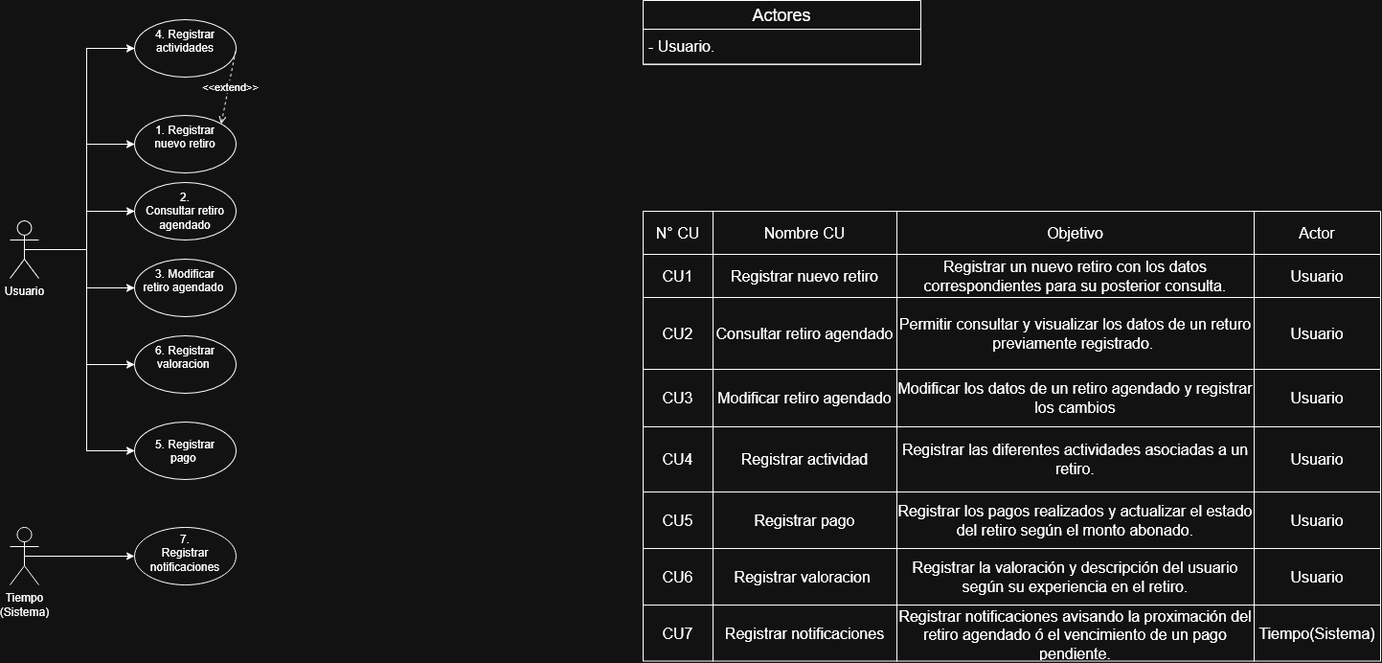
Above: Entrega 3/Diagrama CU-TPI.drawio.png in agustinborg-66/TPI-ASI---2026 (draw.io), before the change. Source tidied: cells renumbered, new cells last; positions are measured from the earlier drawing's top-left corner, leaving out a move shared by most shapes.
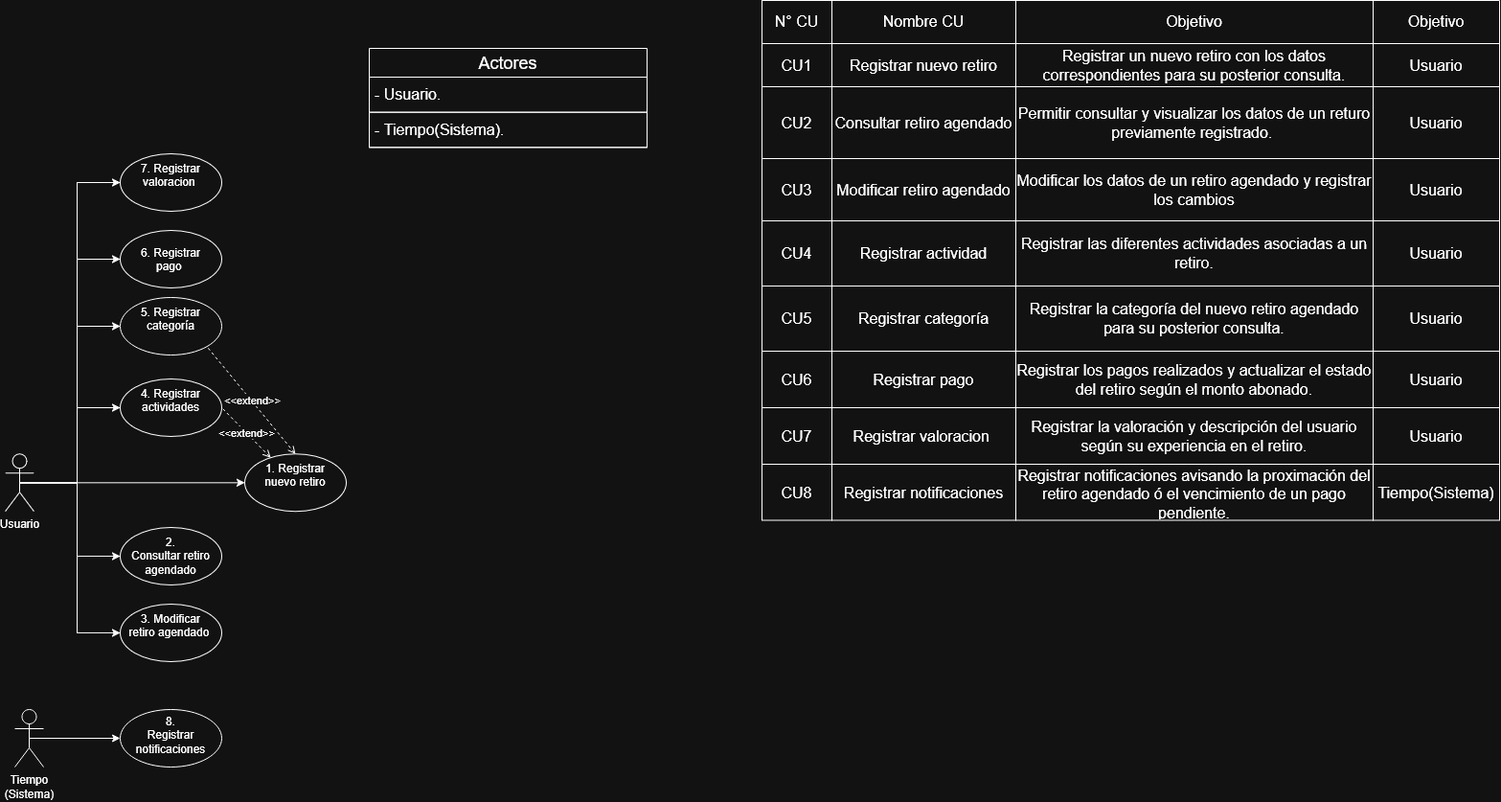
Above is the later version.

Commit message:
Se agregaron imagenes a la entrega 2, se modifico el diagrama de CU y se agregó el doc de la entrega 3

What changed in the source:
```diff
@@ -3,11 +3,8 @@
     <mxCell id="0" />
     <mxCell id="1" parent="0" />
     <mxCell id="2" value="1. Registrar nuevo retiro" style="ellipse;whiteSpace=wrap;html=1;shapeInside=1;" parent="1" vertex="1">
-      <mxGeometry x="130" y="120" width="106" height="60" as="geometry" />
+      <mxGeometry x="250" y="583.3" width="106" height="60" as="geometry" />
     </mxCell>
-    <mxCell id="3" style="edgeStyle=orthogonalEdgeStyle;rounded=0;jettySize=auto;html=1;exitX=0.5;exitY=0.5;exitDx=0;exitDy=0;exitPerimeter=0;entryX=0;entryY=0.5;entryDx=0;entryDy=0;" parent="1" edge="1" source="9" target="2">
-      <mxGeometry relative="1" as="geometry" />
-    </mxCell>
     <mxCell id="4" style="edgeStyle=orthogonalEdgeStyle;rounded=0;jettySize=auto;html=1;exitX=0.5;exitY=0.5;exitDx=0;exitDy=0;exitPerimeter=0;entryX=0;entryY=0.5;entryDx=0;entryDy=0;" parent="1" edge="1" source="9" target="10">
       <mxGeometry relative="1" as="geometry" />
     </mxCell>
@@ -23,32 +20,38 @@
     <mxCell id="8" style="edgeStyle=orthogonalEdgeStyle;rounded=0;jettySize=auto;html=1;exitX=0.5;exitY=0.5;exitDx=0;exitDy=0;exitPerimeter=0;entryX=0;entryY=0.5;entryDx=0;entryDy=0;" parent="1" edge="1" source="9" target="14">
       <mxGeometry relative="1" as="geometry" />
     </mxCell>
+    <mxCell id="64" style="edgeStyle=orthogonalEdgeStyle;rounded=0;jettySize=auto;html=1;exitX=0.5;exitY=0.5;exitDx=0;exitDy=0;exitPerimeter=0;entryX=0;entryY=0.5;entryDx=0;entryDy=0;" parent="1" edge="1" source="9" target="71">
+      <mxGeometry relative="1" as="geometry" />
+    </mxCell>
+    <mxCell id="3" style="edgeStyle=orthogonalEdgeStyle;rounded=0;jettySize=auto;html=1;exitX=0.5;exitY=0.5;exitDx=0;exitDy=0;exitPerimeter=0;entryX=0;entryY=0.5;entryDx=0;entryDy=0;" parent="1" edge="1" source="9" target="2">
+      <mxGeometry relative="1" as="geometry" />
+    </mxCell>
     <mxCell id="9" value="Usuario" style="shape=umlActor;verticalLabelPosition=bottom;verticalAlign=top;html=1;outlineConnect=0;" parent="1" vertex="1">
-      <mxGeometry y="230" width="30" height="60" as="geometry" />
+      <mxGeometry y="583.3" width="30" height="60" as="geometry" />
     </mxCell>
     <mxCell id="10" value="2. Consultar retiro agendado" style="ellipse;whiteSpace=wrap;html=1;shapeInside=1;" parent="1" vertex="1">
-      <mxGeometry x="130" y="190" width="106" height="60" as="geometry" />
+      <mxGeometry x="120" y="660" width="106" height="60" as="geometry" />
     </mxCell>
     <mxCell id="11" value="3. Modificar retiro agendado&amp;nbsp;" style="ellipse;whiteSpace=wrap;html=1;shapeInside=1;" parent="1" vertex="1">
-      <mxGeometry x="130" y="270" width="106" height="60" as="geometry" />
+      <mxGeometry x="120" y="740" width="106" height="60" as="geometry" />
     </mxCell>
     <mxCell id="12" value="4. Registrar actividades" style="ellipse;whiteSpace=wrap;html=1;shapeInside=1;" parent="1" vertex="1">
-      <mxGeometry x="130" y="20" width="106" height="60" as="geometry" />
+      <mxGeometry x="120" y="505" width="106" height="60" as="geometry" />
     </mxCell>
-    <mxCell id="13" value="5. Registrar pago&amp;nbsp;" style="ellipse;whiteSpace=wrap;html=1;shapeInside=1;" parent="1" vertex="1">
-      <mxGeometry x="130" y="440" width="106" height="60" as="geometry" />
+    <mxCell id="13" value="6. Registrar pago&amp;nbsp;" style="ellipse;whiteSpace=wrap;html=1;shapeInside=1;" parent="1" vertex="1">
+      <mxGeometry x="120" y="350" width="106" height="60" as="geometry" />
     </mxCell>
-    <mxCell id="14" value="6. Registrar valoracion&amp;nbsp;" style="ellipse;whiteSpace=wrap;html=1;shapeInside=1;" parent="1" vertex="1">
-      <mxGeometry x="130" y="350" width="106" height="60" as="geometry" />
+    <mxCell id="14" value="7. Registrar valoracion&amp;nbsp;" style="ellipse;whiteSpace=wrap;html=1;shapeInside=1;" parent="1" vertex="1">
+      <mxGeometry x="120" y="270" width="106" height="60" as="geometry" />
     </mxCell>
-    <mxCell id="15" style="endArrow=none;dashed=1;html=1;rounded=0;exitX=1;exitY=0;exitDx=0;exitDy=0;entryX=1;entryY=0.5;entryDx=0;entryDy=0;startArrow=open;startFill=0;" parent="1" edge="1" source="2" target="12">
+    <mxCell id="15" style="endArrow=none;dashed=1;html=1;rounded=0;entryX=1;entryY=0.5;entryDx=0;entryDy=0;startArrow=open;startFill=0;" parent="1" edge="1" source="2" target="12">
       <mxGeometry relative="1" as="geometry" />
     </mxCell>
     <mxCell id="16" value="&amp;lt;&amp;lt;extend&amp;gt;&amp;gt;" style="edgeLabel;html=1;align=center;verticalAlign=middle;" parent="15" vertex="1">
       <mxGeometry y="-1" relative="1" as="geometry" />
     </mxCell>
     <mxCell id="17" style="shape=table;startSize=0;fixedHeader=1;fontSize=16;" parent="1" vertex="1">
-      <mxGeometry x="661" y="220" width="770" height="469.5" as="geometry" />
+      <mxGeometry x="790" y="110" width="770" height="542.5" as="geometry" />
     </mxCell>
     <mxCell id="18" style="shape=tableRow;horizontal=0;startSize=0;swimlaneHead=0;swimlaneBody=0;strokeColor=inherit;top=0;left=0;bottom=0;right=0;fillColor=none;fixedHeader=1;fontSize=16;" parent="17" vertex="1">
       <mxGeometry width="770" height="45" as="geometry" />
@@ -62,7 +65,7 @@
     <mxCell id="21" value="Objetivo" style="shape=partialRectangle;html=1;whiteSpace=wrap;strokeColor=inherit;overflow=hidden;fillColor=none;top=0;left=0;bottom=0;right=0;fontSize=16;" parent="18" vertex="1">
       <mxGeometry x="265" width="373" height="45" as="geometry" />
     </mxCell>
-    <mxCell id="22" value="Actor" style="shape=partialRectangle;html=1;whiteSpace=wrap;strokeColor=inherit;overflow=hidden;fillColor=none;top=0;left=0;bottom=0;right=0;fontSize=16;" parent="18" vertex="1">
+    <mxCell id="22" value="Objetivo" style="shape=partialRectangle;html=1;whiteSpace=wrap;strokeColor=inherit;overflow=hidden;fillColor=none;top=0;left=0;bottom=0;right=0;fontSize=16;" parent="18" vertex="1">
       <mxGeometry x="638" width="132" height="45" as="geometry" />
     </mxCell>
     <mxCell id="23" style="shape=tableRow;horizontal=0;startSize=0;swimlaneHead=0;swimlaneBody=0;strokeColor=inherit;top=0;left=0;bottom=0;right=0;fillColor=none;fixedHeader=1;fontSize=16;" parent="17" vertex="1">
@@ -96,22 +99,22 @@
       <mxGeometry x="638" width="132" height="75" as="geometry" />
     </mxCell>
     <mxCell id="33" style="shape=tableRow;horizontal=0;startSize=0;swimlaneHead=0;swimlaneBody=0;strokeColor=inherit;top=0;left=0;bottom=0;right=0;fillColor=none;fixedHeader=1;fontSize=16;" parent="17" vertex="1">
-      <mxGeometry y="165" width="770" height="60" as="geometry" />
+      <mxGeometry y="165" width="770" height="65" as="geometry" />
     </mxCell>
     <mxCell id="34" value="CU3" style="shape=partialRectangle;html=1;whiteSpace=wrap;strokeColor=inherit;overflow=hidden;fillColor=none;top=0;left=0;bottom=0;right=0;fontSize=16;" parent="33" vertex="1">
-      <mxGeometry width="73" height="60" as="geometry" />
+      <mxGeometry width="73" height="65" as="geometry" />
     </mxCell>
     <mxCell id="35" value="Modificar retiro agendado" style="shape=partialRectangle;html=1;whiteSpace=wrap;strokeColor=inherit;overflow=hidden;fillColor=none;top=0;left=0;bottom=0;right=0;fontSize=16;" parent="33" vertex="1">
-      <mxGeometry x="73" width="192" height="60" as="geometry" />
+      <mxGeometry x="73" width="192" height="65" as="geometry" />
     </mxCell>
     <mxCell id="36" value="Modificar los datos de un retiro agendado y registrar los cambios" style="shape=partialRectangle;html=1;whiteSpace=wrap;strokeColor=inherit;overflow=hidden;fillColor=none;top=0;left=0;bottom=0;right=0;fontSize=16;" parent="33" vertex="1">
-      <mxGeometry x="265" width="373" height="60" as="geometry" />
+      <mxGeometry x="265" width="373" height="65" as="geometry" />
     </mxCell>
     <mxCell id="37" value="&lt;font style=&quot;font-size: 16px;&quot;&gt;Usuario&lt;/font&gt;" style="shape=partialRectangle;html=1;whiteSpace=wrap;strokeColor=inherit;overflow=hidden;fillColor=none;top=0;left=0;bottom=0;right=0;fontSize=16;" parent="33" vertex="1">
-      <mxGeometry x="638" width="132" height="60" as="geometry" />
+      <mxGeometry x="638" width="132" height="65" as="geometry" />
     </mxCell>
     <mxCell id="38" style="shape=tableRow;horizontal=0;startSize=0;swimlaneHead=0;swimlaneBody=0;strokeColor=inherit;top=0;left=0;bottom=0;right=0;fillColor=none;fixedHeader=1;fontSize=16;" parent="17" vertex="1">
-      <mxGeometry y="225" width="770" height="68" as="geometry" />
+      <mxGeometry y="230" width="770" height="68" as="geometry" />
     </mxCell>
     <mxCell id="39" value="CU4" style="shape=partialRectangle;html=1;whiteSpace=wrap;strokeColor=inherit;overflow=hidden;fillColor=none;top=0;left=0;bottom=0;right=0;fontSize=16;" parent="38" vertex="1">
       <mxGeometry width="73" height="68" as="geometry" />
@@ -125,10 +128,25 @@
     <mxCell id="42" value="&lt;font style=&quot;font-size: 16px;&quot;&gt;Usuario&lt;/font&gt;" style="shape=partialRectangle;html=1;whiteSpace=wrap;strokeColor=inherit;overflow=hidden;fillColor=none;top=0;left=0;bottom=0;right=0;fontSize=16;" parent="38" vertex="1">
       <mxGeometry x="638" width="132" height="68" as="geometry" />
     </mxCell>
+    <mxCell id="65" style="shape=tableRow;horizontal=0;startSize=0;swimlaneHead=0;swimlaneBody=0;strokeColor=inherit;top=0;left=0;bottom=0;right=0;fillColor=none;fixedHeader=1;fontSize=16;" parent="17" vertex="1">
+      <mxGeometry y="298" width="770" height="68" as="geometry" />
+    </mxCell>
+    <mxCell id="66" value="CU5" style="shape=partialRectangle;html=1;whiteSpace=wrap;strokeColor=inherit;overflow=hidden;fillColor=none;top=0;left=0;bottom=0;right=0;fontSize=16;" parent="65" vertex="1">
+      <mxGeometry width="73" height="68" as="geometry" />
+    </mxCell>
+    <mxCell id="67" value="Registrar categoría" style="shape=partialRectangle;html=1;whiteSpace=wrap;strokeColor=inherit;overflow=hidden;fillColor=none;top=0;left=0;bottom=0;right=0;fontSize=16;" parent="65" vertex="1">
+      <mxGeometry x="73" width="192" height="68" as="geometry" />
+    </mxCell>
+    <mxCell id="68" value="Registrar la categoría del nuevo retiro agendado para su posterior consulta." style="shape=partialRectangle;html=1;whiteSpace=wrap;strokeColor=inherit;overflow=hidden;fillColor=none;top=0;left=0;bottom=0;right=0;fontSize=16;" parent="65" vertex="1">
+      <mxGeometry x="265" width="373" height="68" as="geometry" />
+    </mxCell>
+    <mxCell id="69" value="&lt;font style=&quot;font-size: 16px;&quot;&gt;Usuario&lt;/font&gt;" style="shape=partialRectangle;html=1;whiteSpace=wrap;strokeColor=inherit;overflow=hidden;fillColor=none;top=0;left=0;bottom=0;right=0;fontSize=16;" parent="65" vertex="1">
+      <mxGeometry x="638" width="132" height="68" as="geometry" />
+    </mxCell>
     <mxCell id="43" style="shape=tableRow;horizontal=0;startSize=0;swimlaneHead=0;swimlaneBody=0;strokeColor=inherit;top=0;left=0;bottom=0;right=0;fillColor=none;fixedHeader=1;fontSize=16;" parent="17" vertex="1">
-      <mxGeometry y="293" width="770" height="59" as="geometry" />
+      <mxGeometry y="366" width="770" height="59" as="geometry" />
     </mxCell>
-    <mxCell id="44" value="CU5" style="shape=partialRectangle;html=1;whiteSpace=wrap;strokeColor=inherit;overflow=hidden;fillColor=none;top=0;left=0;bottom=0;right=0;fontSize=16;" parent="43" vertex="1">
+    <mxCell id="44" value="CU6" style="shape=partialRectangle;html=1;whiteSpace=wrap;strokeColor=inherit;overflow=hidden;fillColor=none;top=0;left=0;bottom=0;right=0;fontSize=16;" parent="43" vertex="1">
       <mxGeometry width="73" height="59" as="geometry" />
     </mxCell>
     <mxCell id="45" value="Registrar pago" style="shape=partialRectangle;html=1;whiteSpace=wrap;strokeColor=inherit;overflow=hidden;fillColor=none;top=0;left=0;bottom=0;right=0;fontSize=16;" parent="43" vertex="1">
@@ -141,9 +159,9 @@
       <mxGeometry x="638" width="132" height="59" as="geometry" />
     </mxCell>
     <mxCell id="48" style="shape=tableRow;horizontal=0;startSize=0;swimlaneHead=0;swimlaneBody=0;strokeColor=inherit;top=0;left=0;bottom=0;right=0;fillColor=none;fixedHeader=1;fontSize=16;" parent="17" vertex="1">
-      <mxGeometry y="352" width="770" height="59" as="geometry" />
+      <mxGeometry y="425" width="770" height="59" as="geometry" />
     </mxCell>
-    <mxCell id="49" value="CU6" style="shape=partialRectangle;html=1;whiteSpace=wrap;strokeColor=inherit;overflow=hidden;fillColor=none;top=0;left=0;bottom=0;right=0;fontSize=16;" parent="48" vertex="1">
+    <mxCell id="49" value="CU7" style="shape=partialRectangle;html=1;whiteSpace=wrap;strokeColor=inherit;overflow=hidden;fillColor=none;top=0;left=0;bottom=0;right=0;fontSize=16;" parent="48" vertex="1">
       <mxGeometry width="73" height="59" as="geometry" />
     </mxCell>
     <mxCell id="50" value="Registrar valoracion&amp;nbsp;" style="shape=partialRectangle;html=1;whiteSpace=wrap;strokeColor=inherit;overflow=hidden;fillColor=none;top=0;left=0;bottom=0;right=0;fontSize=16;" parent="48" vertex="1">
@@ -156,9 +174,9 @@
       <mxGeometry x="638" width="132" height="59" as="geometry" />
     </mxCell>
     <mxCell id="53" style="shape=tableRow;horizontal=0;startSize=0;swimlaneHead=0;swimlaneBody=0;strokeColor=inherit;top=0;left=0;bottom=0;right=0;fillColor=none;fixedHeader=1;fontSize=16;" parent="17" vertex="1">
-      <mxGeometry y="411" width="770" height="59" as="geometry" />
+      <mxGeometry y="484" width="770" height="59" as="geometry" />
     </mxCell>
-    <mxCell id="54" value="CU7" style="shape=partialRectangle;html=1;whiteSpace=wrap;strokeColor=inherit;overflow=hidden;fillColor=none;top=0;left=0;bottom=0;right=0;fontSize=16;" parent="53" vertex="1">
+    <mxCell id="54" value="CU8" style="shape=partialRectangle;html=1;whiteSpace=wrap;strokeColor=inherit;overflow=hidden;fillColor=none;top=0;left=0;bottom=0;right=0;fontSize=16;" parent="53" vertex="1">
       <mxGeometry width="73" height="59" as="geometry" />
     </mxCell>
     <mxCell id="55" value="Registrar notificaciones" style="shape=partialRectangle;html=1;whiteSpace=wrap;strokeColor=inherit;overflow=hidden;fillColor=none;top=0;left=0;bottom=0;right=0;fontSize=16;" parent="53" vertex="1">
@@ -171,22 +189,34 @@
       <mxGeometry x="638" width="132" height="59" as="geometry" />
     </mxCell>
     <mxCell id="58" style="group;" parent="1" vertex="1">
-      <mxGeometry x="661" width="290" height="220" as="geometry" />
+      <mxGeometry x="380" y="160" width="290" height="220" as="geometry" />
     </mxCell>
     <mxCell id="59" value="&lt;font style=&quot;font-size: 18px;&quot;&gt;Actores&lt;/font&gt;" style="swimlane;fontStyle=0;horizontal=1;startSize=30;whiteSpace=wrap;html=1;" parent="58" vertex="1">
-      <mxGeometry width="290" height="66.7" as="geometry" />
+      <mxGeometry width="290" height="103.3" as="geometry" />
     </mxCell>
     <mxCell id="60" value="&lt;font style=&quot;font-size: 16px;&quot;&gt;- Usuario.&lt;/font&gt;" style="text;strokeColor=default;fillColor=none;align=left;verticalAlign=middle;spacingLeft=4;spacingRight=4;overflow=hidden;whiteSpace=wrap;html=1;" parent="59" vertex="1">
       <mxGeometry y="30" width="290" height="36.7" as="geometry" />
     </mxCell>
+    <mxCell id="70" value="&lt;font style=&quot;font-size: 16px;&quot;&gt;- Tiempo(Sistema).&lt;/font&gt;" style="text;strokeColor=default;fillColor=none;align=left;verticalAlign=middle;spacingLeft=4;spacingRight=4;overflow=hidden;whiteSpace=wrap;html=1;" parent="59" vertex="1">
+      <mxGeometry y="66.7" width="290" height="36.7" as="geometry" />
+    </mxCell>
-    <mxCell id="61" value="7. Registrar notificaciones" style="ellipse;whiteSpace=wrap;html=1;shapeInside=1;" parent="1" vertex="1">
-      <mxGeometry x="130" y="550" width="106" height="60" as="geometry" />
+    <mxCell id="61" value="8. Registrar notificaciones" style="ellipse;whiteSpace=wrap;html=1;shapeInside=1;" parent="1" vertex="1">
+      <mxGeometry x="120" y="850" width="106" height="60" as="geometry" />
     </mxCell>
     <mxCell id="62" style="edgeStyle=orthogonalEdgeStyle;rounded=0;jettySize=auto;html=1;exitX=0.5;exitY=0.5;exitDx=0;exitDy=0;exitPerimeter=0;entryX=0;entryY=0.5;entryDx=0;entryDy=0;" parent="1" edge="1" source="63" target="61">
       <mxGeometry relative="1" as="geometry" />
     </mxCell>
     <mxCell id="63" value="Tiempo&lt;br&gt;(Sistema)" style="shape=umlActor;verticalLabelPosition=bottom;verticalAlign=top;html=1;outlineConnect=0;" parent="1" vertex="1">
-      <mxGeometry y="550" width="30" height="60" as="geometry" />
+      <mxGeometry x="10" y="850" width="30" height="60" as="geometry" />
     </mxCell>
+    <mxCell id="71" value="5. Registrar categoría" style="ellipse;whiteSpace=wrap;html=1;shapeInside=1;" parent="1" vertex="1">
+      <mxGeometry x="120" y="420" width="106" height="60" as="geometry" />
+    </mxCell>
+    <mxCell id="72" style="endArrow=none;dashed=1;html=1;rounded=0;exitX=0.5;exitY=0;exitDx=0;exitDy=0;entryX=1;entryY=1;entryDx=0;entryDy=0;startArrow=open;startFill=0;" parent="1" edge="1" source="2" target="71">
+      <mxGeometry relative="1" as="geometry" />
+    </mxCell>
+    <mxCell id="73" value="&amp;lt;&amp;lt;extend&amp;gt;&amp;gt;" style="edgeLabel;html=1;align=center;verticalAlign=middle;" parent="72" vertex="1">
+      <mxGeometry y="-1" relative="1" as="geometry" />
+    </mxCell>
   </root>
 </mxGraphModel>
```
